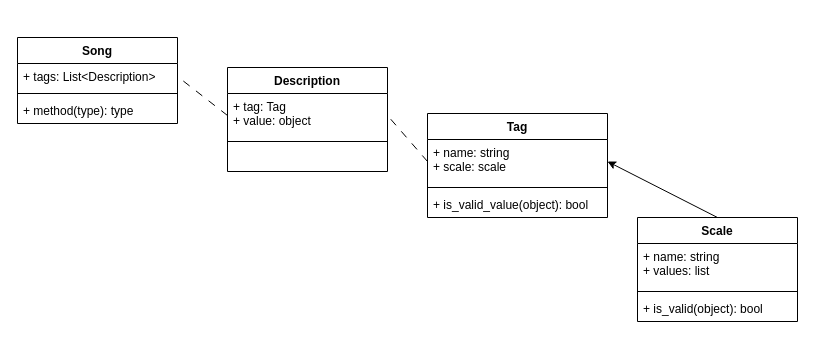
Before: DnDMusic/DnDMusic/database.drawio in Oegge/dnd-music, a draw.io diagram. Source tidied: cells renumbered, new cells numbered last; positions are measured from the earlier drawing's top-left corner, leaving out a move shared by most shapes. Both pictures are drawn from the tidied source at 100%, with x=0, y=0 at pixel (17, 37).
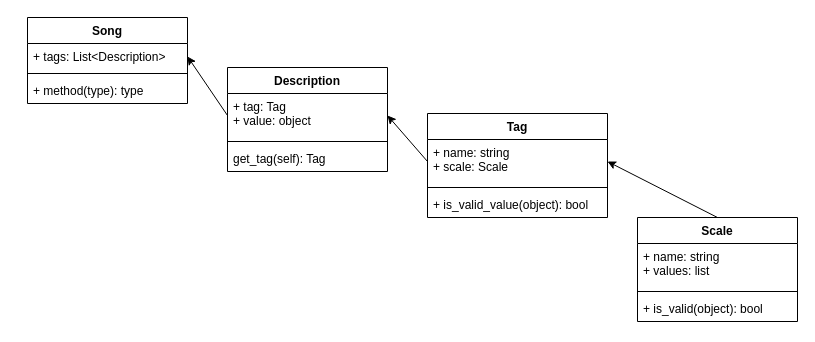
The same diagram, later.

Commit message (it also covers changes not shown here):
Include tagging methods in drawio

Unchanged cells that the change refers to:
```xml
<mxCell id="3" value="+ tags: List&amp;lt;Description&amp;gt;" style="text;strokeColor=none;fillColor=none;align=left;verticalAlign=top;spacingLeft=4;spacingRight=4;overflow=hidden;points=[[0,0.5],[1,0.5]];portConstraint=eastwest;whiteSpace=wrap;html=1;" parent="2" vertex="1">
  <mxGeometry y="26" width="160" height="26" as="geometry" />
</mxCell>
<mxCell id="11" value="Tag" style="swimlane;fontStyle=1;align=center;verticalAlign=top;horizontal=1;startSize=26;" parent="1" vertex="1">
  <mxGeometry x="410" y="76" width="180" height="104" as="geometry" />
</mxCell>
<mxCell id="15" value="Description" style="swimlane;fontStyle=1;align=center;verticalAlign=top;horizontal=1;startSize=26;" parent="1" vertex="1">
  <mxGeometry x="210" y="30" width="160" height="104" as="geometry" />
</mxCell>
<mxCell id="16" value="+ tag: Tag&#10;+ value: object" style="text;strokeColor=none;fillColor=none;align=left;verticalAlign=top;spacingLeft=4;spacingRight=4;overflow=hidden;points=[[0,0.5],[1,0.5]];portConstraint=eastwest;" parent="15" vertex="1">
  <mxGeometry y="26" width="160" height="44" as="geometry" />
</mxCell>
```

What changed in the source:
```diff
@@
     <mxCell id="2" value="Song" style="swimlane;fontStyle=1;align=center;verticalAlign=top;horizontal=1;startSize=26;whiteSpace=wrap;html=1;" parent="1" vertex="1">
-      <mxGeometry width="160" height="86" as="geometry" />
+      <mxGeometry x="10" y="-20" width="160" height="86" as="geometry" />
     </mxCell>
@@
-    <mxCell id="12" value="+ name: string&#10;+ scale: scale" style="text;strokeColor=none;fillColor=none;align=left;verticalAlign=top;spacingLeft=4;spacingRight=4;overflow=hidden;points=[[0,0.5],[1,0.5]];portConstraint=eastwest;" parent="11" vertex="1">
+    <mxCell id="12" value="+ name: string&#10;+ scale: Scale" style="text;strokeColor=none;fillColor=none;align=left;verticalAlign=top;spacingLeft=4;spacingRight=4;overflow=hidden;points=[[0,0.5],[1,0.5]];portConstraint=eastwest;" parent="11" vertex="1">
       <mxGeometry y="26" width="180" height="44" as="geometry" />
     </mxCell>
@@
-    <mxCell id="18" value=" " style="text;strokeColor=none;fillColor=none;align=left;verticalAlign=top;spacingLeft=4;spacingRight=4;overflow=hidden;" parent="15" vertex="1">
+    <mxCell id="18" value="get_tag(self): Tag" style="text;strokeColor=none;fillColor=none;align=left;verticalAlign=top;spacingLeft=4;spacingRight=4;overflow=hidden;" parent="15" vertex="1">
       <mxGeometry y="78" width="160" height="26" as="geometry" />
     </mxCell>
-    <mxCell id="19" style="edgeStyle=none;html=1;exitX=0;exitY=0.5;exitDx=0;exitDy=0;entryX=1;entryY=0.5;entryDx=0;entryDy=0;dashed=1;dashPattern=8 8;endArrow=none;endFill=0;" parent="1" edge="1" source="12" target="16">
+    <mxCell id="19" style="edgeStyle=none;html=1;exitX=0;exitY=0.5;exitDx=0;exitDy=0;entryX=1;entryY=0.5;entryDx=0;entryDy=0;endArrow=classic;endFill=1;startArrow=none;startFill=0;" parent="1" edge="1" source="12" target="16">
       <mxGeometry relative="1" as="geometry" />
     </mxCell>
-    <mxCell id="20" style="edgeStyle=none;html=1;exitX=0;exitY=0.5;exitDx=0;exitDy=0;entryX=1;entryY=0.5;entryDx=0;entryDy=0;dashed=1;dashPattern=8 8;endArrow=none;endFill=0;" parent="1" edge="1" source="16" target="3">
+    <mxCell id="20" style="edgeStyle=none;html=1;exitX=0;exitY=0.5;exitDx=0;exitDy=0;endArrow=classic;endFill=1;entryX=1;entryY=0.5;entryDx=0;entryDy=0;" parent="1" edge="1" source="16" target="3">
       <mxGeometry relative="1" as="geometry" />
     </mxCell>
```
